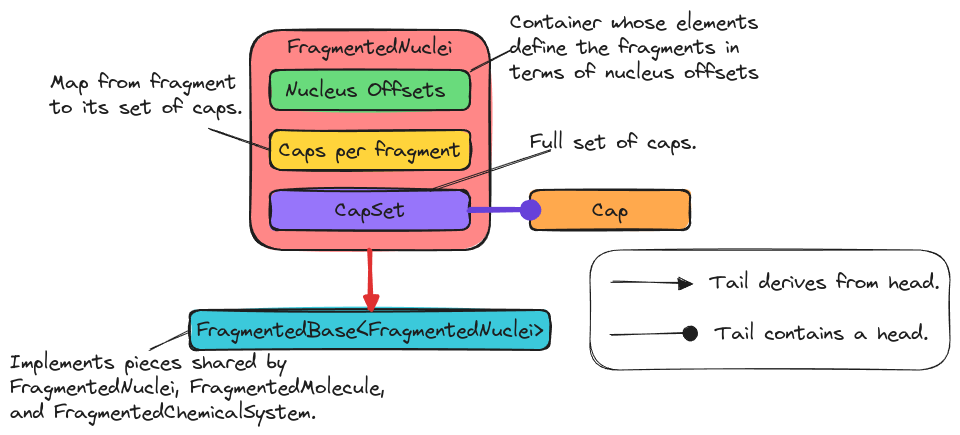
This is docs/source/developer/design/fragmenting/assets/fragmented_nuclei.png from NWChemEx/Chemist, a Excalidraw export, as it was before one commit. Source tidied: one line per element, renumbered; positions are measured from the earlier drawing's top-left corner, leaving out a move shared by most shapes.
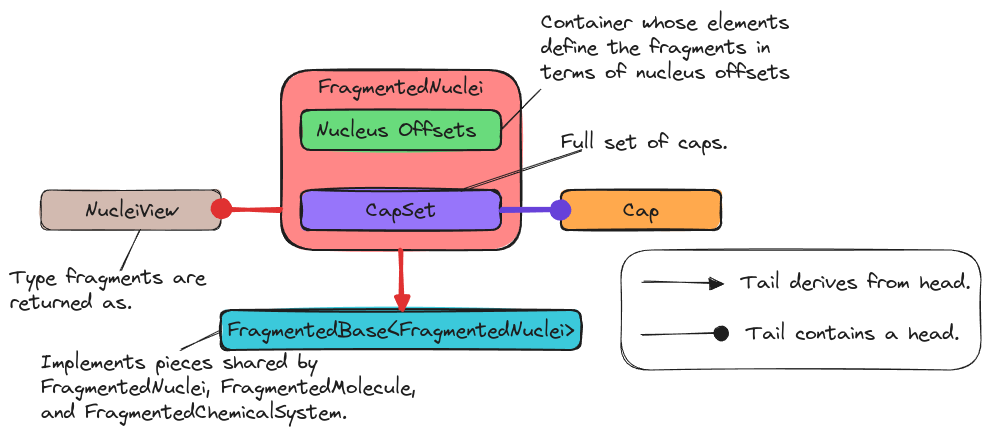
Later version of the same file.

What changed in the source:
```diff
@@ -1,7 +1,7 @@
 {"id": 0, "type": "rectangle", "strokeColor": "#1e1e1e", "backgroundColor": "#3bc9db", "fillStyle": "solid", "strokeWidth": 2, "roughness": 1, "round": true, "x": 180, "y": 300, "width": 360, "height": 40}
 {"id": 1, "type": "text", "text": "FragmentedBase<FragmentedNuclei>", "strokeColor": "#1e1e1e", "backgroundColor": "#d2bab0", "fillStyle": "solid", "strokeWidth": 2, "roughness": 1, "fontSize": 20, "fontFamily": 1, "textAlign": "center", "verticalAlign": "middle", "inside": 0, "x": 187, "y": 308, "width": 346, "height": 25}
-{"id": 2, "type": "rectangle", "strokeColor": "#1e1e1e", "backgroundColor": "#ff8787", "fillStyle": "solid", "strokeWidth": 2, "roughness": 1, "round": true, "x": 240, "y": 20, "width": 240, "height": 220}
+{"id": 2, "type": "rectangle", "strokeColor": "#1e1e1e", "backgroundColor": "#ff8787", "fillStyle": "solid", "strokeWidth": 2, "roughness": 1, "round": true, "x": 240, "y": 60, "width": 240, "height": 180}
-{"id": 3, "type": "text", "text": "FragmentedNuclei", "strokeColor": "#1e1e1e", "backgroundColor": "#d2bab0", "fillStyle": "solid", "strokeWidth": 2, "roughness": 1, "fontSize": 20, "fontFamily": 1, "textAlign": "center", "inside": 2, "x": 278, "y": 25, "width": 165, "height": 25}
+{"id": 3, "type": "text", "text": "FragmentedNuclei", "strokeColor": "#1e1e1e", "backgroundColor": "#d2bab0", "fillStyle": "solid", "strokeWidth": 2, "roughness": 1, "fontSize": 20, "fontFamily": 1, "textAlign": "center", "inside": 2, "x": 278, "y": 65, "width": 165, "height": 25}
 {"id": 4, "type": "arrow", "strokeColor": "#e03131", "backgroundColor": "#ff8787", "fillStyle": "solid", "strokeWidth": 4, "roughness": 1, "endArrowhead": "triangle", "round": true, "from": 2, "to": 0, "x": 360, "y": 241, "width": 0, "height": 58, "points": [[0, 0], [0, 58]]}
 {"id": 5, "type": "line", "strokeColor": "#1e1e1e", "backgroundColor": "#ffd43b", "fillStyle": "solid", "strokeWidth": 1, "roughness": 1, "round": true, "x": 140, "y": 340, "width": 41, "height": 19, "points": [[0, 0], [41, -19]]}
 {"id": 6, "type": "rectangle", "strokeColor": "#1e1e1e", "strokeWidth": 1, "roughness": 1, "round": true, "x": 580, "y": 240, "width": 360, "height": 120}
@@ -14,14 +14,15 @@
 {"id": 13, "type": "text", "text": "Implements pieces shared by\nFragmentedNuclei, FragmentedMolecule,\nand FragmentedChemicalSystem.", "strokeColor": "#1e1e1e", "backgroundColor": "#9775fa", "fillStyle": "solid", "strokeWidth": 2, "roughness": 1, "fontSize": 20, "fontFamily": 1, "x": 0, "y": 340, "width": 375, "height": 75}
 {"id": 14, "type": "rectangle", "strokeColor": "#1e1e1e", "backgroundColor": "#ffa94d", "fillStyle": "solid", "strokeWidth": 2, "roughness": 1, "round": true, "x": 520, "y": 180, "width": 160, "height": 40}
 {"id": 15, "type": "text", "text": "Cap", "strokeColor": "#1e1e1e", "backgroundColor": "#9775fa", "fillStyle": "solid", "strokeWidth": 2, "roughness": 1, "fontSize": 20, "fontFamily": 1, "textAlign": "center", "verticalAlign": "middle", "inside": 14, "x": 582, "y": 188, "width": 36, "height": 25}
-{"id": 16, "type": "arrow", "strokeColor": "#6741d9", "strokeWidth": 4, "roughness": 1, "endArrowhead": "dot", "round": true, "from": 11, "to": 14, "x": 460, "y": 200, "width": 60, "height": 0, "points": [[0, 0], [60, 0]]}
+{"id": 16, "type": "arrow", "strokeColor": "#6741d9", "strokeWidth": 4, "roughness": 1, "endArrowhead": "dot", "round": true, "from": 11, "to": 14, "x": 461, "y": 200, "width": 58, "height": 0, "points": [[0, 0], [58, 0]]}
-{"id": 17, "type": "rectangle", "strokeColor": "#1e1e1e", "backgroundColor": "#69db7c", "fillStyle": "solid", "strokeWidth": 2, "roughness": 1, "round": true, "x": 260, "y": 60, "width": 200, "height": 40}
+{"id": 17, "type": "rectangle", "strokeColor": "#1e1e1e", "backgroundColor": "#69db7c", "fillStyle": "solid", "strokeWidth": 2, "roughness": 1, "round": true, "x": 260, "y": 100, "width": 200, "height": 40}
-{"id": 18, "type": "text", "text": "Nucleus Offsets ", "strokeColor": "#1e1e1e", "backgroundColor": "#ffa94d", "fillStyle": "solid", "strokeWidth": 2, "roughness": 1, "fontSize": 20, "fontFamily": 1, "textAlign": "center", "verticalAlign": "middle", "inside": 17, "x": 275, "y": 68, "width": 171, "height": 25}
+{"id": 18, "type": "text", "text": "Nucleus Offsets ", "strokeColor": "#1e1e1e", "backgroundColor": "#ffa94d", "fillStyle": "solid", "strokeWidth": 2, "roughness": 1, "fontSize": 20, "fontFamily": 1, "textAlign": "center", "verticalAlign": "middle", "inside": 17, "x": 275, "y": 108, "width": 171, "height": 25}
 {"id": 19, "type": "text", "text": "Container whose elements\ndefine the fragments in\nterms of nucleus offsets ", "strokeColor": "#1e1e1e", "backgroundColor": "#69db7c", "fillStyle": "solid", "strokeWidth": 2, "roughness": 1, "fontSize": 20, "fontFamily": 1, "x": 500, "y": 0, "width": 259, "height": 75}
-{"id": 20, "type": "line", "strokeColor": "#1e1e1e", "backgroundColor": "#69db7c", "fillStyle": "solid", "strokeWidth": 1, "roughness": 1, "round": true, "x": 461, "y": 61, "width": 40, "height": 20, "points": [[0, 0], [40, -20]]}
+{"id": 20, "type": "line", "strokeColor": "#1e1e1e", "backgroundColor": "#69db7c", "fillStyle": "solid", "strokeWidth": 1, "roughness": 1, "round": true, "x": 460, "y": 120, "width": 40, "height": 40, "points": [[0, 0], [40, -40]]}
-{"id": 21, "type": "rectangle", "strokeColor": "#1e1e1e", "backgroundColor": "#ffd43b", "fillStyle": "solid", "strokeWidth": 2, "roughness": 1, "round": true, "x": 260, "y": 120, "width": 200, "height": 40}
-{"id": 22, "type": "text", "text": "Caps per fragment", "strokeColor": "#1e1e1e", "backgroundColor": "#69db7c", "fillStyle": "solid", "strokeWidth": 2, "roughness": 1, "fontSize": 20, "fontFamily": 1, "textAlign": "center", "verticalAlign": "middle", "inside": 21, "x": 269, "y": 128, "width": 182, "height": 25}
 {"id": 23, "type": "text", "text": "Full set of caps.", "strokeColor": "#1e1e1e", "backgroundColor": "#69db7c", "fillStyle": "solid", "strokeWidth": 2, "roughness": 1, "fontSize": 20, "fontFamily": 1, "x": 520, "y": 120, "width": 167, "height": 25}
 {"id": 24, "type": "line", "strokeColor": "#1e1e1e", "backgroundColor": "#69db7c", "fillStyle": "solid", "strokeWidth": 1, "roughness": 1, "round": true, "x": 420, "y": 180, "width": 120, "height": 40, "points": [[0, 0], [120, -40]]}
-{"id": 25, "type": "text", "text": "Map from fragment\nto its set of caps.", "strokeColor": "#1e1e1e", "backgroundColor": "#69db7c", "fillStyle": "solid", "strokeWidth": 1, "roughness": 1, "fontSize": 20, "fontFamily": 1, "x": 40, "y": 60, "width": 192, "height": 50}
-{"id": 26, "type": "line", "strokeColor": "#1e1e1e", "backgroundColor": "#69db7c", "fillStyle": "solid", "strokeWidth": 1, "roughness": 1, "round": true, "x": 200, "y": 120, "width": 60, "height": 20, "points": [[0, 0], [60, 20]]}
+{"id": 27, "type": "rectangle", "strokeColor": "#1e1e1e", "backgroundColor": "#d2bab0", "fillStyle": "solid", "strokeWidth": 1, "roughness": 1, "round": true, "x": 0, "y": 180, "width": 180, "height": 40}
+{"id": 28, "type": "text", "text": "NucleiView", "strokeColor": "#1e1e1e", "backgroundColor": "#ffd43b", "fillStyle": "solid", "strokeWidth": 1, "roughness": 1, "fontSize": 20, "fontFamily": 1, "textAlign": "center", "verticalAlign": "middle", "inside": 27, "x": 44, "y": 188, "width": 93, "height": 25}
+{"id": 29, "type": "arrow", "strokeColor": "#e03131", "strokeWidth": 4, "roughness": 1, "endArrowhead": "dot", "round": true, "from": 2, "to": 27, "x": 240, "y": 200, "width": 60, "height": 0, "points": [[0, 0], [-60, 0]]}
+{"id": 30, "type": "text", "text": "Type fragments are\nreturned as.", "strokeColor": "#1e1e1e", "backgroundColor": "#d2bab0", "fillStyle": "solid", "strokeWidth": 1, "roughness": 1, "fontSize": 20, "fontFamily": 1, "x": -31, "y": 255, "width": 196, "height": 50}
+{"id": 31, "type": "line", "strokeColor": "#1e1e1e", "backgroundColor": "#d2bab0", "fillStyle": "solid", "strokeWidth": 1, "roughness": 1, "round": true, "x": 80, "y": 260, "width": 20, "height": 40, "points": [[0, 0], [20, -40]]}
```
